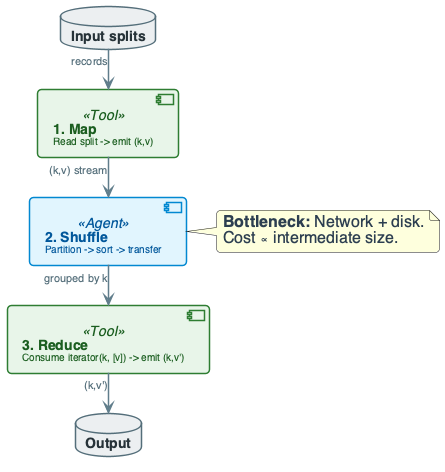
OrPerets/data-engineering-course keeps this PlantUML diagram as diagrams/week7/week7_lecture_slide24_execution_flow.png. Above is the earlier version.
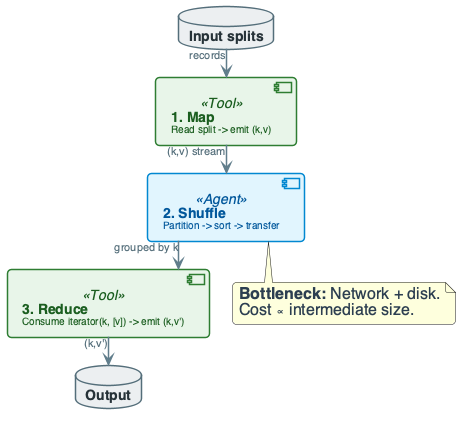
The same diagram one commit later.

The edit, as a diff of the source:
```diff
@@ -5,8 +5,8 @@
 skinparam shadowing false
 skinparam roundcorner 8
 skinparam handwritten false
-skinparam nodesep 30
-skinparam ranksep 40
+skinparam nodesep 24
+skinparam ranksep 28
 
 skinparam defaultFontName "Segoe UI, Helvetica, sans-serif"
 skinparam defaultFontSize 16
@@ -130,7 +130,7 @@
 S --> R : "grouped by k"
 R --> OUT : "(k,v')"
 
-note right of S
+note bottom of S
   **Bottleneck:** Network + disk.
   Cost ∝ intermediate size.
 end note
```
